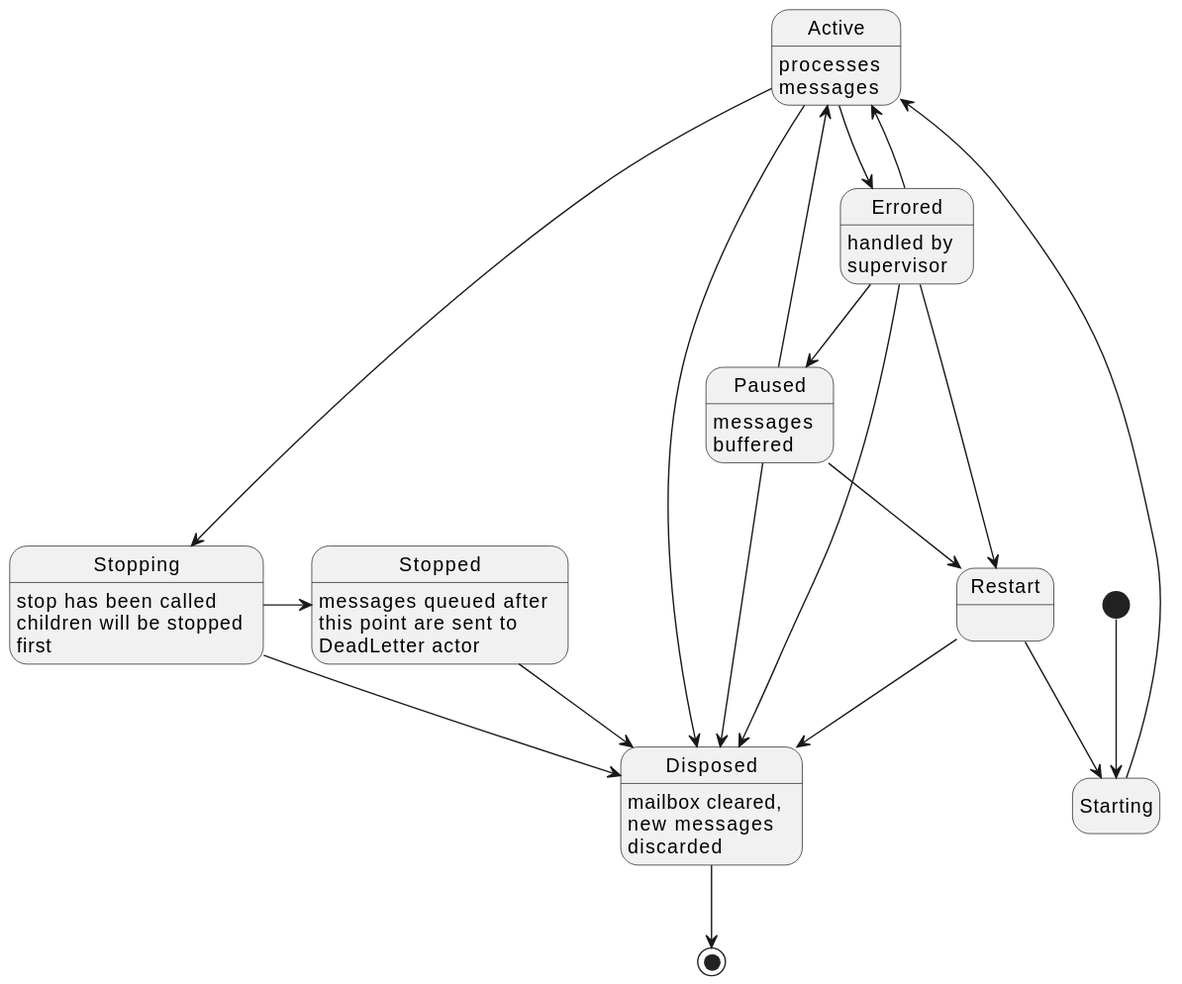
The PlantUML diagram src/docs/state-diagram.svg in davidmoten/reels, before a commit. Its diagram source:
```plantuml
@startuml
hide empty description
[*] --> Starting
Starting --> Active
Active --> Stopping
Stopping -> Stopped
Active --> Disposed
Stopping --> Disposed
Stopped --> Disposed
Paused --> Restart
Paused --> Active
Restart --> Starting
Paused --> Disposed
Disposed --> [*]
Active --> Errored
Errored --> Active
Errored --> Disposed
Errored --> Restart
Errored --> Paused
Restart --> Disposed

Active: processes\nmessages
Stopping: stop has been called\nchildren will be stopped\nfirst
Stopped: messages queued after\nthis point are sent to\nDeadLetter actor
Paused: messages\nbuffered
Disposed: mailbox cleared,\nnew messages\ndiscarded
Errored: handled by\nsupervisor
Restart:

@enduml
```
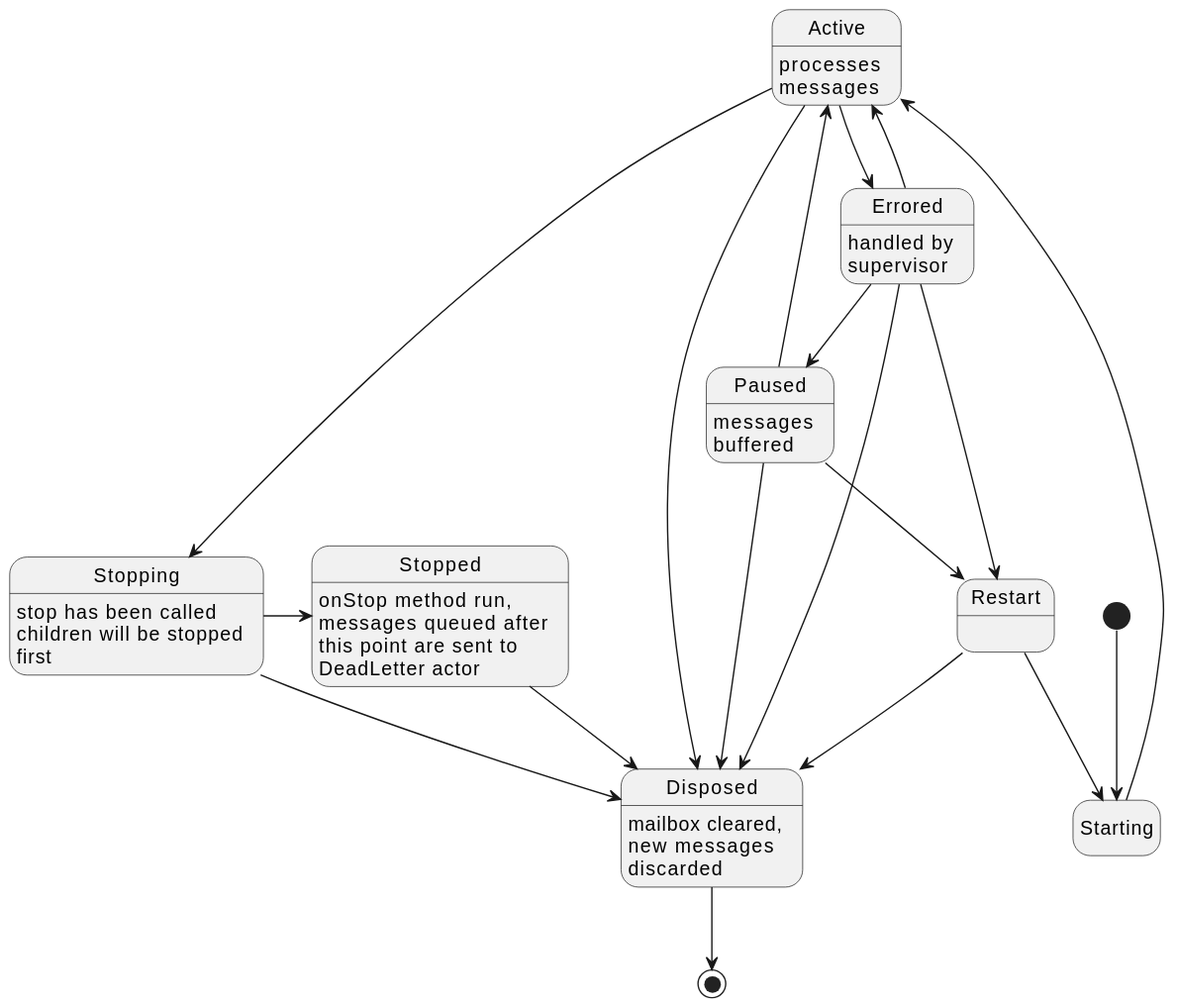
The same file after the commit.

The edit, as a diff of the source:
```diff
@@ -21,7 +21,7 @@
 
 Active: processes\nmessages
 Stopping: stop has been called\nchildren will be stopped\nfirst
-Stopped: messages queued after\nthis point are sent to\nDeadLetter actor
+Stopped: onStop method run,\nmessages queued after\nthis point are sent to\nDeadLetter actor
 Paused: messages\nbuffered
 Disposed: mailbox cleared,\nnew messages\ndiscarded
 Errored: handled by\nsupervisor
```
